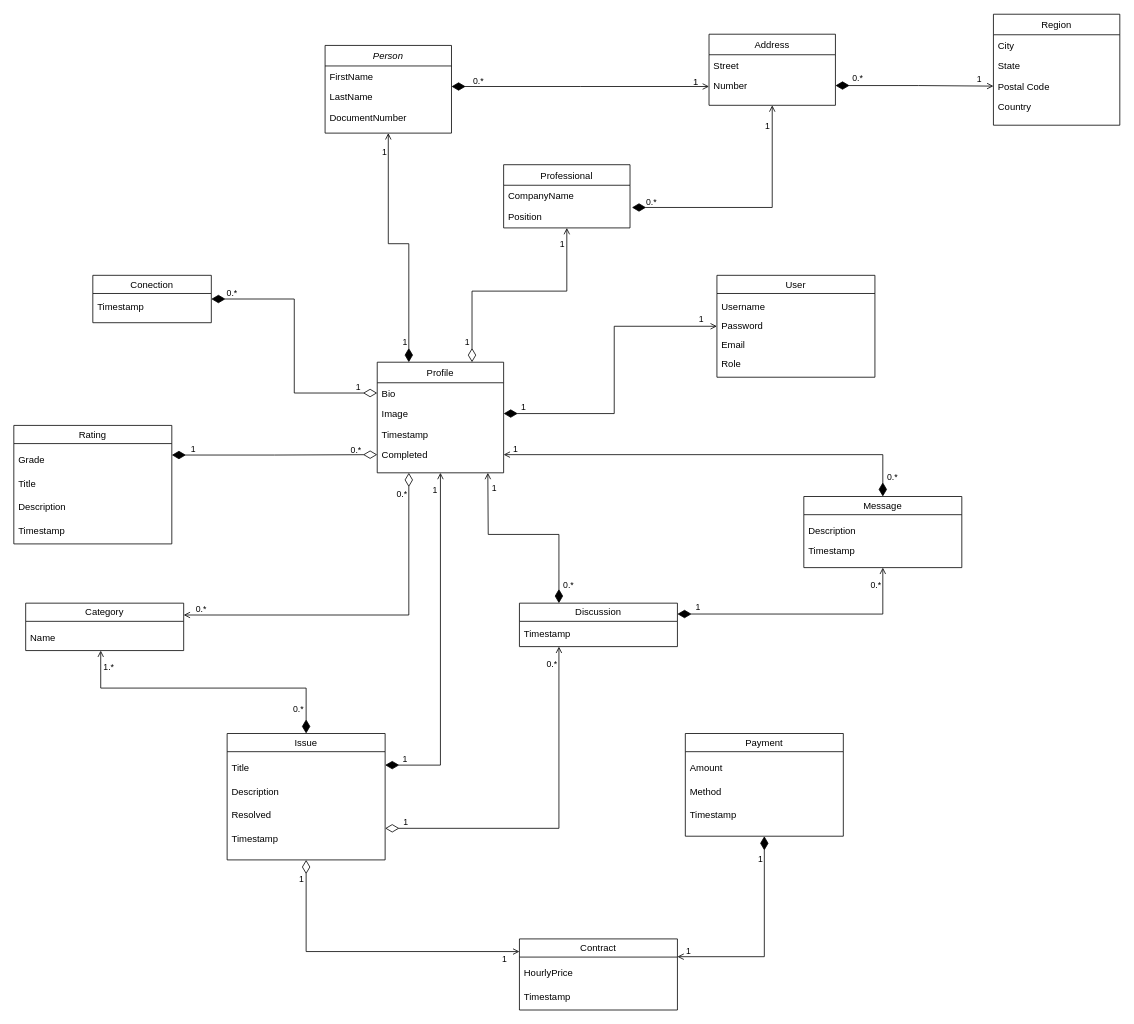
This is shared/Diagrams.net/Class Diagram.drawio from messiasGeovani/specialister-docs, a draw.io file, before an edit. Source tidied: cells renumbered, new cells numbered last; positions are measured from the earlier drawing's top-left corner, leaving out a move shared by most shapes. Both pictures are drawn from the tidied source at 79%, with x=0, y=0 at pixel (13, 14).
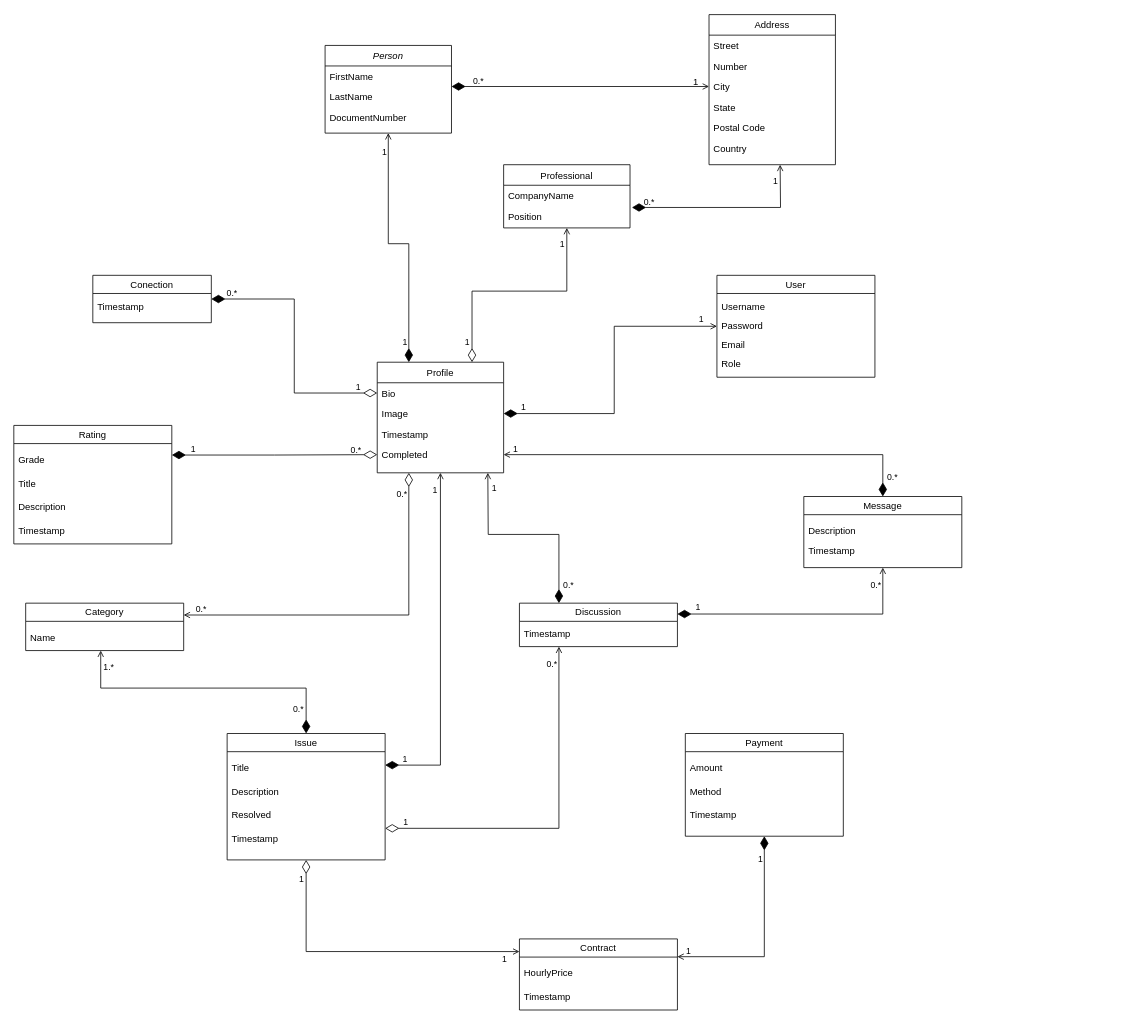
After the change.

Unchanged cells that the change refers to:
```xml
<mxCell id="5" value="Person" style="swimlane;fontStyle=2;align=center;verticalAlign=top;horizontal=1;startSize=26;rounded=0;shadow=0;strokeWidth=1;" parent="1" vertex="1">
  <mxGeometry x="394" y="39" width="160" height="111" as="geometry" />
</mxCell>
<mxCell id="10" value="CompanyName" style="text;align=left;verticalAlign=top;spacingLeft=4;spacingRight=4;overflow=hidden;points=[[0,0.5],[1,0.5]];portConstraint=eastwest;" parent="9" vertex="1">
  <mxGeometry y="26" width="160" height="26" as="geometry" />
</mxCell>
<mxCell id="25" value="Number" style="text;align=left;verticalAlign=top;spacingLeft=4;spacingRight=4;overflow=hidden;points=[[0,0.5],[1,0.5]];portConstraint=eastwest;" parent="23" vertex="1">
  <mxGeometry y="52" width="160" height="26" as="geometry" />
</mxCell>
```

What changed in the source:
```diff
@@
     <mxCell id="23" value="Address" style="swimlane;fontStyle=0;align=center;verticalAlign=top;horizontal=1;startSize=26;rounded=0;shadow=0;strokeWidth=1;" parent="1" vertex="1">
-      <mxGeometry x="880" y="24.8" width="160" height="90" as="geometry" />
+      <mxGeometry x="880" width="160" height="190" as="geometry" />
     </mxCell>
@@
+    <mxCell id="97" value="City" style="text;align=left;verticalAlign=top;spacingLeft=4;spacingRight=4;overflow=hidden;points=[[0,0.5],[1,0.5]];portConstraint=eastwest;rounded=0;shadow=0;html=0;" parent="23" vertex="1">
+      <mxGeometry y="78" width="160" height="26" as="geometry" />
+    </mxCell>
+    <mxCell id="98" value="State" style="text;align=left;verticalAlign=top;spacingLeft=4;spacingRight=4;overflow=hidden;rounded=0;shadow=0;html=0;" parent="23" vertex="1">
+      <mxGeometry y="104" width="160" height="26" as="geometry" />
+    </mxCell>
+    <mxCell id="99" value="Postal Code" style="text;align=left;verticalAlign=top;spacingLeft=4;spacingRight=4;overflow=hidden;points=[[0,0.5],[1,0.5]];portConstraint=eastwest;rounded=0;shadow=0;html=0;" parent="23" vertex="1">
+      <mxGeometry y="130" width="160" height="26" as="geometry" />
+    </mxCell>
+    <mxCell id="100" value="Country" style="text;align=left;verticalAlign=top;spacingLeft=4;spacingRight=4;overflow=hidden;rounded=0;shadow=0;html=0;" parent="23" vertex="1">
+      <mxGeometry y="156" width="160" height="26" as="geometry" />
+    </mxCell>
-    <mxCell id="26" style="endArrow=open;shadow=0;strokeWidth=1;rounded=0;endFill=1;edgeStyle=elbowEdgeStyle;elbow=vertical;fontFamily=Helvetica;entryX=0;entryY=0.5;entryDx=0;entryDy=0;startArrow=diamondThin;startFill=1;startSize=15;" parent="1" edge="1" source="5">
+    <mxCell id="26" style="endArrow=open;shadow=0;strokeWidth=1;rounded=0;endFill=1;edgeStyle=elbowEdgeStyle;elbow=vertical;fontFamily=Helvetica;entryX=0;entryY=0.5;entryDx=0;entryDy=0;startArrow=diamondThin;startFill=1;startSize=15;" parent="1" edge="1" source="5" target="97">
       <mxGeometry x="0.5" y="41" relative="1" as="geometry">
-        <mxPoint x="880" y="91" as="targetPoint" />
         <mxPoint x="-40" y="32" as="offset" />
       </mxGeometry>
     </mxCell>
@@
-    <mxCell id="29" style="edgeStyle=orthogonalEdgeStyle;rounded=0;jettySize=auto;html=1;endArrow=open;endFill=0;exitX=1.015;exitY=1.082;exitDx=0;exitDy=0;exitPerimeter=0;startArrow=diamondThin;startFill=1;startSize=15;entryX=0.5;entryY=1;entryDx=0;entryDy=0;" parent="1" edge="1" source="10" target="23">
-      <mxGeometry relative="1" as="geometry" />
+    <mxCell id="29" style="edgeStyle=orthogonalEdgeStyle;rounded=0;jettySize=auto;html=1;endArrow=open;endFill=0;exitX=1.015;exitY=1.082;exitDx=0;exitDy=0;exitPerimeter=0;startArrow=diamondThin;startFill=1;startSize=15;" parent="1" edge="1" source="10">
+      <mxGeometry relative="1" as="geometry">
+        <mxPoint x="970" y="190" as="targetPoint" />
+      </mxGeometry>
     </mxCell>
@@
-    <mxCell id="96" value="Region" style="swimlane;fontStyle=0;align=center;verticalAlign=top;horizontal=1;startSize=26;rounded=0;shadow=0;strokeWidth=1;" parent="1" vertex="1">
-      <mxGeometry x="1240" y="-0.5" width="160" height="140.5" as="geometry" />
-    </mxCell>
-    <mxCell id="97" value="City" style="text;align=left;verticalAlign=top;spacingLeft=4;spacingRight=4;overflow=hidden;points=[[0,0.5],[1,0.5]];portConstraint=eastwest;rounded=0;shadow=0;html=0;" parent="96" vertex="1">
-      <mxGeometry y="26" width="160" height="26" as="geometry" />
-    </mxCell>
-    <mxCell id="98" value="State" style="text;align=left;verticalAlign=top;spacingLeft=4;spacingRight=4;overflow=hidden;rounded=0;shadow=0;html=0;" parent="96" vertex="1">
-      <mxGeometry y="52" width="160" height="26" as="geometry" />
-    </mxCell>
-    <mxCell id="99" value="Postal Code" style="text;align=left;verticalAlign=top;spacingLeft=4;spacingRight=4;overflow=hidden;points=[[0,0.5],[1,0.5]];portConstraint=eastwest;rounded=0;shadow=0;html=0;" parent="96" vertex="1">
-      <mxGeometry y="78" width="160" height="26" as="geometry" />
-    </mxCell>
-    <mxCell id="100" value="Country" style="text;align=left;verticalAlign=top;spacingLeft=4;spacingRight=4;overflow=hidden;rounded=0;shadow=0;html=0;" parent="96" vertex="1">
-      <mxGeometry y="104" width="160" height="26" as="geometry" />
-    </mxCell>
-    <mxCell id="101" style="edgeStyle=orthogonalEdgeStyle;rounded=0;jettySize=auto;html=1;exitX=1;exitY=0.5;exitDx=0;exitDy=0;entryX=0;entryY=0.5;entryDx=0;entryDy=0;endArrow=open;endFill=0;startArrow=diamondThin;startFill=1;startSize=15;" parent="1" edge="1" source="25" target="99">
-      <mxGeometry relative="1" as="geometry" />
-    </mxCell>
-    <mxCell id="102" value="0.*" style="edgeLabel;html=1;align=center;verticalAlign=middle;labelBackgroundColor=none;" parent="101" vertex="1">
-      <mxGeometry x="-0.8" y="2" relative="1" as="geometry">
-        <mxPoint x="7" y="-7" as="offset" />
-      </mxGeometry>
-    </mxCell>
-    <mxCell id="103" value="1" style="edgeLabel;html=1;align=center;verticalAlign=middle;labelBackgroundColor=none;" parent="101" vertex="1">
-      <mxGeometry x="0.8" y="3" relative="1" as="geometry">
-        <mxPoint x="1" y="-6" as="offset" />
-      </mxGeometry>
-    </mxCell>
```
